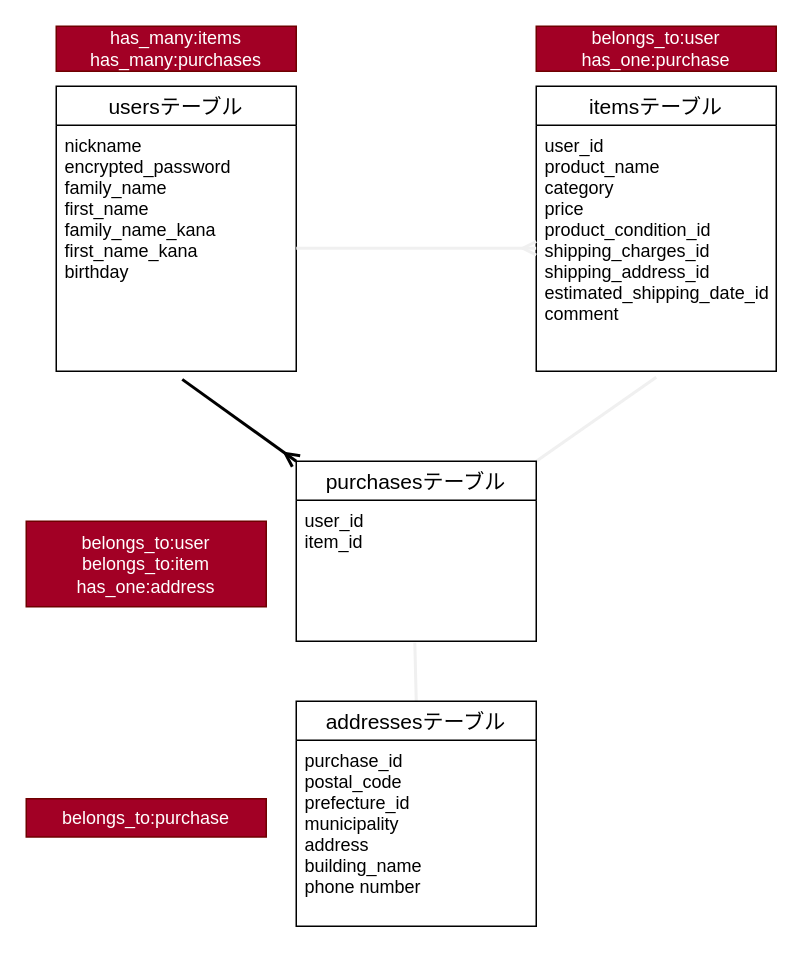
Earlier version of the draw.io diagram table.dio (zaemn0612/furima-29080). Source tidied: cells renumbered, new cells numbered last; positions are measured from the earlier drawing's top-left corner, leaving out a move shared by most shapes. Both pictures are drawn from the tidied source at 150%, with x=0, y=0 at pixel (26, 26).
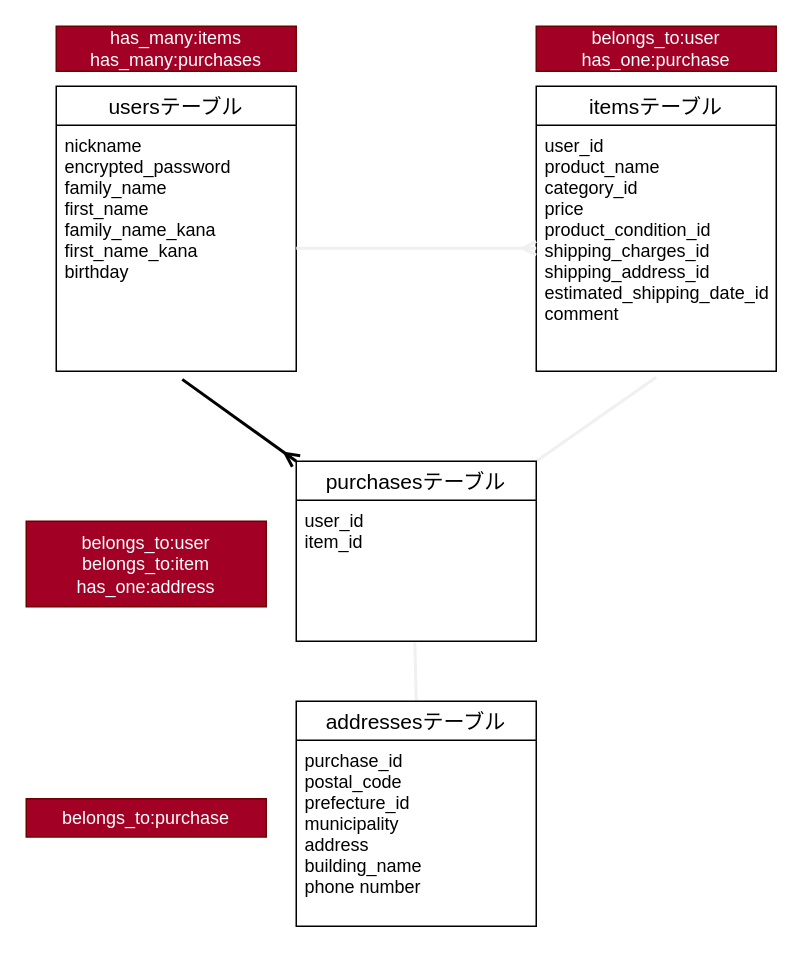
After the change.

Commit message (it also covers changes not shown here):
ER図の作成/REDMEの修正③

・カラムなど微修正

The edit, as a diff of the source:
```diff
@@
 <mxGraphModel>
   <root>
     <mxCell id="0" />
     <mxCell id="1" parent="0" />
     <mxCell id="2" style="edgeStyle=none;rounded=0;jettySize=auto;html=1;entryX=0.5;entryY=0;entryDx=0;entryDy=0;endArrow=none;endFill=0;strokeColor=#f0f0f0;strokeWidth=2;exitX=0.494;exitY=1.011;exitDx=0;exitDy=0;exitPerimeter=0;" parent="1" edge="1" source="15" target="16">
       <mxGeometry relative="1" as="geometry" />
     </mxCell>
     <mxCell id="3" style="edgeStyle=none;rounded=0;jettySize=auto;html=1;exitX=1;exitY=0;exitDx=0;exitDy=0;entryX=0.5;entryY=1.024;entryDx=0;entryDy=0;entryPerimeter=0;endArrow=none;endFill=0;strokeColor=#f0f0f0;strokeWidth=2;" parent="1" edge="1" source="14" target="12">
       <mxGeometry relative="1" as="geometry" />
     </mxCell>
     <mxCell id="4" style="edgeStyle=none;rounded=0;jettySize=auto;html=1;exitX=0.525;exitY=1.033;exitDx=0;exitDy=0;entryX=0;entryY=0;entryDx=0;entryDy=0;endArrow=ERmany;endFill=0;exitPerimeter=0;strokeWidth=2;" parent="1" edge="1" source="10" target="14">
       <mxGeometry relative="1" as="geometry" />
     </mxCell>
     <mxCell id="5" value="has_many:items&lt;br&gt;has_many:purchases" style="whiteSpace=wrap;html=1;align=center;fillColor=#a20025;strokeColor=#6F0000;fontColor=#ffffff;" parent="1" vertex="1">
       <mxGeometry x="20" width="160" height="30" as="geometry" />
     </mxCell>
     <mxCell id="6" value="belongs_to:user&lt;br&gt;has_one:purchase" style="whiteSpace=wrap;html=1;align=center;fillColor=#a20025;strokeColor=#6F0000;fontColor=#ffffff;" parent="1" vertex="1">
       <mxGeometry x="340" width="160" height="30" as="geometry" />
     </mxCell>
     <mxCell id="7" value="belongs_to:user&lt;br&gt;belongs_to:item&lt;br&gt;has_one:address" style="whiteSpace=wrap;html=1;align=center;fillColor=#a20025;strokeColor=#6F0000;fontColor=#ffffff;" parent="1" vertex="1">
       <mxGeometry y="330" width="160" height="57" as="geometry" />
     </mxCell>
     <mxCell id="8" value="belongs_to:purchase" style="whiteSpace=wrap;html=1;align=center;fillColor=#a20025;strokeColor=#6F0000;fontColor=#ffffff;" parent="1" vertex="1">
       <mxGeometry y="515" width="160" height="25.5" as="geometry" />
     </mxCell>
     <mxCell id="9" value="usersテーブル" style="swimlane;fontStyle=0;horizontal=1;startSize=26;align=center;fontSize=14;" parent="1" vertex="1">
       <mxGeometry x="20" y="40" width="160" height="190" as="geometry" />
     </mxCell>
     <mxCell id="10" value="nickname&#10;encrypted_password&#10;family_name&#10;first_name&#10;family_name_kana&#10;first_name_kana&#10;birthday&#10;" style="text;strokeColor=none;fillColor=none;spacingLeft=4;spacingRight=4;overflow=hidden;points=[[0,0.5],[1,0.5]];portConstraint=eastwest;fontSize=12;" parent="9" vertex="1">
       <mxGeometry y="26" width="160" height="164" as="geometry" />
     </mxCell>
     <mxCell id="11" value="itemsテーブル" style="swimlane;fontStyle=0;horizontal=1;startSize=26;align=center;fontSize=14;" parent="1" vertex="1">
       <mxGeometry x="340" y="40" width="160" height="190" as="geometry" />
     </mxCell>
-    <mxCell id="12" value="user_id&#10;product_name&#10;category&#10;price&#10;product_condition_id&#10;shipping_charges_id&#10;shipping_address_id&#10;estimated_shipping_date_id&#10;comment" style="text;strokeColor=none;fillColor=none;spacingLeft=4;spacingRight=4;overflow=hidden;points=[[0,0.5],[1,0.5]];portConstraint=eastwest;fontSize=12;" parent="11" vertex="1">
+    <mxCell id="12" value="user_id&#10;product_name&#10;category_id&#10;price&#10;product_condition_id&#10;shipping_charges_id&#10;shipping_address_id&#10;estimated_shipping_date_id&#10;comment" style="text;strokeColor=none;fillColor=none;spacingLeft=4;spacingRight=4;overflow=hidden;points=[[0,0.5],[1,0.5]];portConstraint=eastwest;fontSize=12;" parent="11" vertex="1">
       <mxGeometry y="26" width="160" height="164" as="geometry" />
     </mxCell>
     <mxCell id="13" style="edgeStyle=none;rounded=0;jettySize=auto;html=1;exitX=1;exitY=0.5;exitDx=0;exitDy=0;entryX=0;entryY=0.5;entryDx=0;entryDy=0;endArrow=ERmany;endFill=0;strokeColor=#f0f0f0;strokeWidth=2;" parent="1" edge="1" source="10" target="12">
       <mxGeometry relative="1" as="geometry" />
     </mxCell>
     <mxCell id="14" value="purchasesテーブル" style="swimlane;fontStyle=0;horizontal=1;startSize=26;align=center;fontSize=14;" parent="1" vertex="1">
       <mxGeometry x="180" y="290" width="160" height="120" as="geometry" />
     </mxCell>
     <mxCell id="15" value="user_id&#10;item_id" style="text;strokeColor=none;fillColor=none;spacingLeft=4;spacingRight=4;overflow=hidden;points=[[0,0.5],[1,0.5]];portConstraint=eastwest;fontSize=12;" parent="14" vertex="1">
       <mxGeometry y="26" width="160" height="94" as="geometry" />
     </mxCell>
     <mxCell id="16" value="addressesテーブル" style="swimlane;fontStyle=0;horizontal=1;startSize=26;align=center;fontSize=14;" parent="1" vertex="1">
       <mxGeometry x="180" y="450" width="160" height="150" as="geometry" />
     </mxCell>
     <mxCell id="17" value="purchase_id&#10;postal_code&#10;prefecture_id&#10;municipality&#10;address&#10;building_name&#10;phone number" style="text;strokeColor=none;fillColor=none;spacingLeft=4;spacingRight=4;overflow=hidden;fontSize=12;" parent="16" vertex="1">
       <mxGeometry y="26" width="160" height="124" as="geometry" />
     </mxCell>
   </root>
 </mxGraphModel>
```
